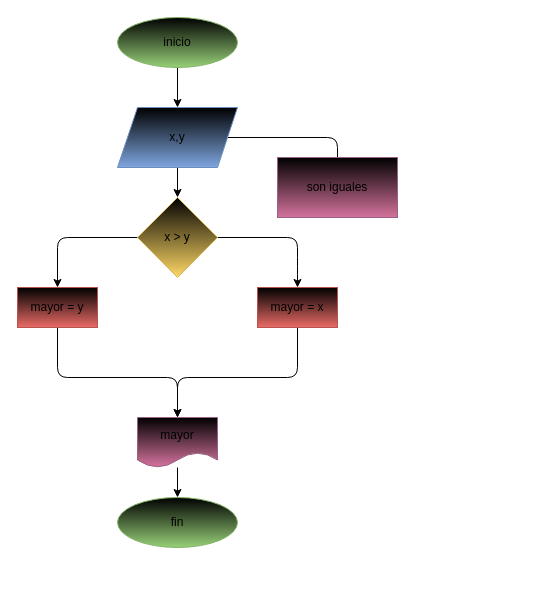
This is page "Página-1" (1 of 2) of diagrama.drawio from GeorginaCarvajal/mayor_2enteros, a draw.io file, before an edit. Source tidied: cells renumbered, new cells numbered last; positions are measured from the earlier drawing's top-left corner, leaving out a move shared by most shapes. Both pictures are drawn from the tidied source at 100%, with x=0, y=0 at pixel (17, 17).
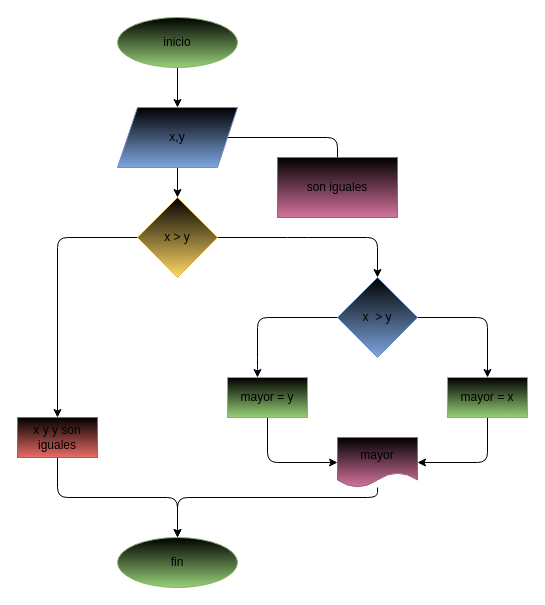
Above is the later version.

Commit message (it also covers changes not shown here):
se modifico el diagrama

The change refers to these unchanged cells:
```xml
<mxCell id="9" value="x &amp;gt; y" style="rhombus;whiteSpace=wrap;html=1;fillColor=#000000;gradientColor=#ffd966;strokeColor=#d6b656;" parent="1" vertex="1">
  <mxGeometry x="120" y="180" width="80" height="80" as="geometry" />
</mxCell>
```

Change to the diagram source:
```diff
@@
-    <mxCell id="7" style="edgeStyle=none;html=1;" parent="1" edge="1" source="9">
+    <mxCell id="7" style="edgeStyle=none;html=1;" parent="1" edge="1" source="9" target="20">
       <mxGeometry relative="1" as="geometry">
-        <mxPoint x="280" y="270" as="targetPoint" />
         <Array as="points">
           <mxPoint x="280" y="220" />
-          <mxPoint x="280" y="250" />
+          <mxPoint x="360" y="220" />
         </Array>
       </mxGeometry>
     </mxCell>
@@
-    <mxCell id="10" style="edgeStyle=none;html=1;" parent="1" edge="1" source="11">
+    <mxCell id="10" style="edgeStyle=none;html=1;" parent="1" edge="1">
       <mxGeometry relative="1" as="geometry">
-        <mxPoint x="160" y="400" as="targetPoint" />
+        <mxPoint x="320" y="300" as="sourcePoint" />
+        <mxPoint x="240" y="360" as="targetPoint" />
         <Array as="points">
-          <mxPoint x="280" y="360" />
-          <mxPoint x="160" y="360" />
+          <mxPoint x="240" y="300" />
+          <mxPoint x="240" y="350" />
         </Array>
       </mxGeometry>
     </mxCell>
-    <mxCell id="11" value="mayor = x" style="whiteSpace=wrap;html=1;fillColor=#000000;gradientColor=#ea6b66;strokeColor=#b85450;" parent="1" vertex="1">
-      <mxGeometry x="240" y="270" width="80" height="40" as="geometry" />
-    </mxCell>
-    <mxCell id="12" style="edgeStyle=none;html=1;" parent="1" edge="1" source="13">
-      <mxGeometry relative="1" as="geometry">
-        <mxPoint x="160" y="400" as="targetPoint" />
-        <Array as="points">
-          <mxPoint x="40" y="360" />
-          <mxPoint x="160" y="360" />
-        </Array>
-      </mxGeometry>
-    </mxCell>
+    <mxCell id="18" style="edgeStyle=none;html=1;entryX=0.5;entryY=0;entryDx=0;entryDy=0;" parent="1" edge="1" source="13" target="16">
+      <mxGeometry relative="1" as="geometry">
+        <Array as="points">
+          <mxPoint x="40" y="480" />
+          <mxPoint x="160" y="480" />
+        </Array>
+      </mxGeometry>
+    </mxCell>
-    <mxCell id="13" value="mayor = y" style="whiteSpace=wrap;html=1;fillColor=#000000;gradientColor=#ea6b66;strokeColor=#b85450;" parent="1" vertex="1">
-      <mxGeometry y="270" width="80" height="40" as="geometry" />
+    <mxCell id="13" value="x y y son iguales" style="whiteSpace=wrap;html=1;fillColor=#000000;gradientColor=#ea6b66;strokeColor=#b85450;" parent="1" vertex="1">
+      <mxGeometry y="400" width="80" height="40" as="geometry" />
     </mxCell>
     <mxCell id="14" style="edgeStyle=none;html=1;entryX=0.5;entryY=0;entryDx=0;entryDy=0;" parent="1" edge="1" source="15" target="16">
-      <mxGeometry relative="1" as="geometry" />
+      <mxGeometry relative="1" as="geometry">
+        <Array as="points">
+          <mxPoint x="360" y="480" />
+          <mxPoint x="160" y="480" />
+        </Array>
+      </mxGeometry>
     </mxCell>
     <mxCell id="15" value="mayor" style="shape=document;whiteSpace=wrap;html=1;boundedLbl=1;fillColor=#000000;gradientColor=#d5739d;strokeColor=#996185;" parent="1" vertex="1">
-      <mxGeometry x="120" y="400" width="80" height="50" as="geometry" />
+      <mxGeometry x="320" y="420" width="80" height="50" as="geometry" />
     </mxCell>
     <mxCell id="16" value="fin" style="ellipse;whiteSpace=wrap;html=1;fillColor=#000000;gradientColor=#97d077;strokeColor=#82b366;" parent="1" vertex="1">
-      <mxGeometry x="100" y="480" width="120" height="50" as="geometry" />
+      <mxGeometry x="100" y="520" width="120" height="50" as="geometry" />
     </mxCell>
@@
+    <mxCell id="19" style="edgeStyle=none;html=1;entryX=0.5;entryY=0;entryDx=0;entryDy=0;" parent="1" edge="1" source="20" target="11">
+      <mxGeometry relative="1" as="geometry">
+        <Array as="points">
+          <mxPoint x="470" y="300" />
+        </Array>
+      </mxGeometry>
+    </mxCell>
+    <mxCell id="20" value="x&amp;nbsp; &amp;gt; y" style="rhombus;whiteSpace=wrap;html=1;fillColor=#000000;gradientColor=#7ea6e0;strokeColor=#6c8ebf;" parent="1" vertex="1">
+      <mxGeometry x="320" y="260" width="80" height="80" as="geometry" />
+    </mxCell>
+    <mxCell id="21" style="edgeStyle=none;html=1;entryX=0;entryY=0.5;entryDx=0;entryDy=0;" parent="1" edge="1" source="22" target="15">
+      <mxGeometry relative="1" as="geometry">
+        <Array as="points">
+          <mxPoint x="250" y="445" />
+        </Array>
+      </mxGeometry>
+    </mxCell>
+    <mxCell id="22" value="mayor = y" style="whiteSpace=wrap;html=1;fillColor=#000000;gradientColor=#97d077;strokeColor=#82b366;" parent="1" vertex="1">
+      <mxGeometry x="210" y="360" width="80" height="40" as="geometry" />
+    </mxCell>
+    <mxCell id="23" style="edgeStyle=none;html=1;entryX=1;entryY=0.5;entryDx=0;entryDy=0;" parent="1" edge="1" source="11" target="15">
+      <mxGeometry relative="1" as="geometry">
+        <Array as="points">
+          <mxPoint x="470" y="445" />
+        </Array>
+      </mxGeometry>
+    </mxCell>
+    <mxCell id="11" value="mayor = x" style="whiteSpace=wrap;html=1;fillColor=#000000;gradientColor=#97d077;strokeColor=#82b366;" parent="1" vertex="1">
+      <mxGeometry x="430" y="360" width="80" height="40" as="geometry" />
+    </mxCell>
```
